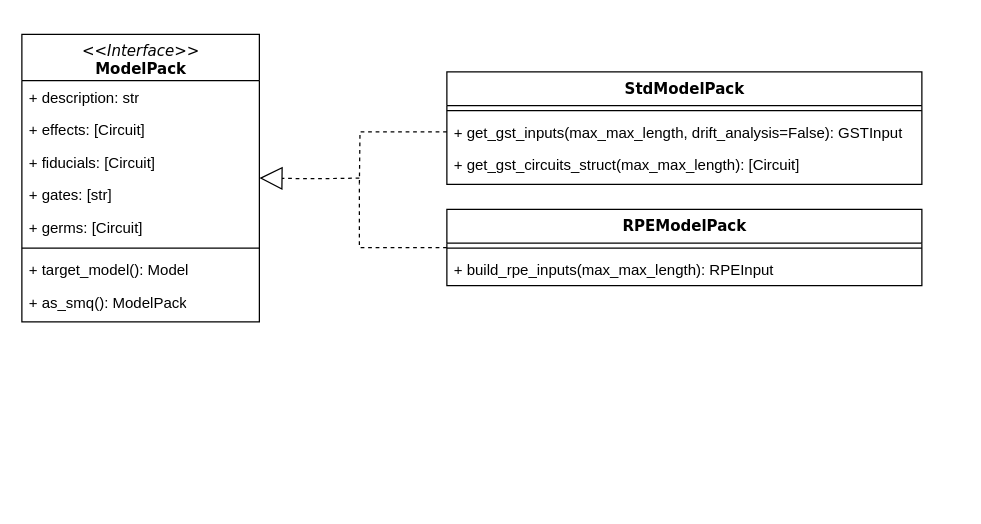
Earlier version of the draw.io diagram StdModules.drawio (robpkelly/pygsti-dev-doc). Source tidied: cells renumbered, new cells numbered last; positions are measured from the earlier drawing's top-left corner, leaving out a move shared by most shapes. Both pictures are drawn from the tidied source at 125%, with x=0, y=0 at pixel (21, 34).
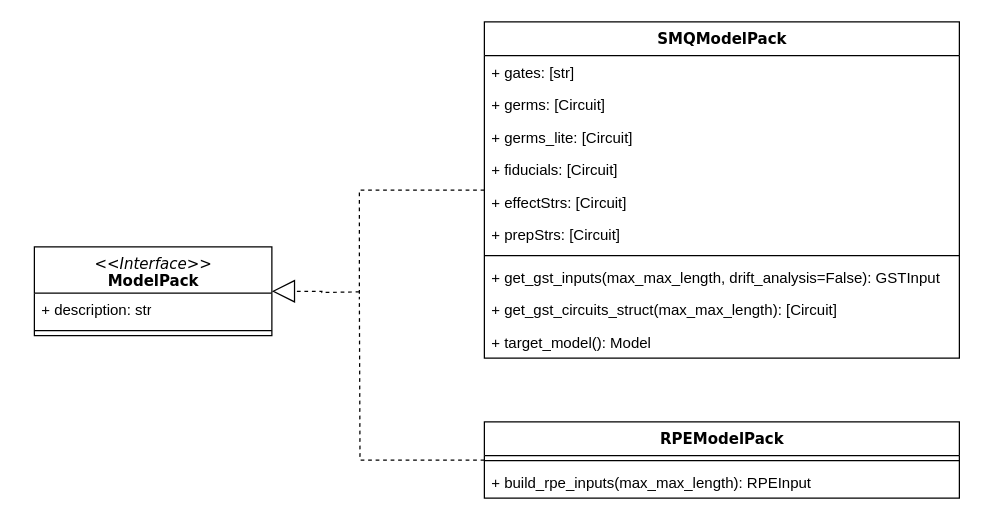
After the change.

Change to the diagram source:
```diff
@@
     <mxCell id="2" value="&lt;span style=&quot;font-weight: normal&quot;&gt;&lt;i&gt;&amp;lt;&amp;lt;Interface&amp;gt;&amp;gt;&lt;/i&gt;&lt;/span&gt;&lt;br&gt;ModelPack" style="swimlane;html=1;fontStyle=1;align=center;verticalAlign=top;horizontal=1;startSize=37;swimlaneFillColor=#ffffff;rounded=0;shadow=0;comic=0;labelBackgroundColor=none;strokeWidth=1;fillColor=none;fontFamily=Verdana;fontSize=12;" parent="1" vertex="1">
-      <mxGeometry width="190" height="230" as="geometry" />
+      <mxGeometry x="10" y="170" width="190" height="71" as="geometry" />
     </mxCell>
@@
-    <mxCell id="4" value="+ effects: [Circuit]" style="text;html=1;strokeColor=none;fillColor=none;align=left;verticalAlign=top;spacingLeft=4;spacingRight=4;whiteSpace=wrap;overflow=hidden;" parent="2" vertex="1">
-      <mxGeometry y="63" width="190" height="26" as="geometry" />
-    </mxCell>
-    <mxCell id="5" value="+ fiducials: [Circuit]" style="text;html=1;strokeColor=none;fillColor=none;align=left;verticalAlign=top;spacingLeft=4;spacingRight=4;whiteSpace=wrap;overflow=hidden;" parent="2" vertex="1">
-      <mxGeometry y="89" width="190" height="26" as="geometry" />
-    </mxCell>
+    <mxCell id="8" style="line;html=1;strokeWidth=1;fillColor=none;align=left;verticalAlign=middle;spacingTop=-1;spacingLeft=3;spacingRight=3;labelPosition=right;" parent="2" vertex="1">
+      <mxGeometry y="63" width="190" height="8" as="geometry" />
+    </mxCell>
+    <mxCell id="11" value="SMQModelPack" style="swimlane;html=1;fontStyle=1;align=center;verticalAlign=top;horizontal=1;startSize=27;swimlaneFillColor=#ffffff;rounded=0;shadow=0;comic=0;labelBackgroundColor=none;strokeWidth=1;fillColor=none;fontFamily=Verdana;fontSize=12;" parent="1" vertex="1">
+      <mxGeometry x="370" y="-10" width="380" height="269" as="geometry" />
+    </mxCell>
-    <mxCell id="6" value="+ gates: [str]" style="text;html=1;strokeColor=none;fillColor=none;align=left;verticalAlign=top;spacingLeft=4;spacingRight=4;whiteSpace=wrap;overflow=hidden;" parent="2" vertex="1">
-      <mxGeometry y="115" width="190" height="26" as="geometry" />
+    <mxCell id="6" value="+ gates: [str]" style="text;html=1;strokeColor=none;fillColor=none;align=left;verticalAlign=top;spacingLeft=4;spacingRight=4;whiteSpace=wrap;overflow=hidden;" parent="11" vertex="1">
+      <mxGeometry y="27" width="380" height="26" as="geometry" />
     </mxCell>
-    <mxCell id="7" value="+ germs: [Circuit]" style="text;html=1;strokeColor=none;fillColor=none;align=left;verticalAlign=top;spacingLeft=4;spacingRight=4;whiteSpace=wrap;overflow=hidden;" parent="2" vertex="1">
-      <mxGeometry y="141" width="190" height="26" as="geometry" />
+    <mxCell id="7" value="+ germs: [Circuit]" style="text;html=1;strokeColor=none;fillColor=none;align=left;verticalAlign=top;spacingLeft=4;spacingRight=4;whiteSpace=wrap;overflow=hidden;" parent="11" vertex="1">
+      <mxGeometry y="53" width="380" height="26" as="geometry" />
     </mxCell>
-    <mxCell id="8" style="line;html=1;strokeWidth=1;fillColor=none;align=left;verticalAlign=middle;spacingTop=-1;spacingLeft=3;spacingRight=3;labelPosition=right;" parent="2" vertex="1">
-      <mxGeometry y="167" width="190" height="8" as="geometry" />
-    </mxCell>
-    <mxCell id="9" value="+ target_model(): Model" style="text;html=1;strokeColor=none;fillColor=none;align=left;verticalAlign=top;spacingLeft=4;spacingRight=4;whiteSpace=wrap;overflow=hidden;" parent="2" vertex="1">
-      <mxGeometry y="175" width="190" height="26" as="geometry" />
-    </mxCell>
-    <mxCell id="10" value="+ as_smq(): ModelPack" style="text;html=1;strokeColor=none;fillColor=none;align=left;verticalAlign=top;spacingLeft=4;spacingRight=4;whiteSpace=wrap;overflow=hidden;" parent="2" vertex="1">
-      <mxGeometry y="201" width="190" height="26" as="geometry" />
-    </mxCell>
-    <mxCell id="11" value="StdModelPack" style="swimlane;html=1;fontStyle=1;align=center;verticalAlign=top;horizontal=1;startSize=27;swimlaneFillColor=#ffffff;rounded=0;shadow=0;comic=0;labelBackgroundColor=none;strokeWidth=1;fillColor=none;fontFamily=Verdana;fontSize=12;" parent="1" vertex="1">
-      <mxGeometry x="340" y="30" width="380" height="90" as="geometry" />
-    </mxCell>
+    <mxCell id="21" value="+ germs_lite: [Circuit]" style="text;html=1;strokeColor=none;fillColor=none;align=left;verticalAlign=top;spacingLeft=4;spacingRight=4;whiteSpace=wrap;overflow=hidden;" parent="11" vertex="1">
+      <mxGeometry y="79" width="380" height="26" as="geometry" />
+    </mxCell>
+    <mxCell id="5" value="+ fiducials: [Circuit]" style="text;html=1;strokeColor=none;fillColor=none;align=left;verticalAlign=top;spacingLeft=4;spacingRight=4;whiteSpace=wrap;overflow=hidden;" parent="11" vertex="1">
+      <mxGeometry y="105" width="380" height="26" as="geometry" />
+    </mxCell>
+    <mxCell id="4" value="+ effectStrs: [Circuit]" style="text;html=1;strokeColor=none;fillColor=none;align=left;verticalAlign=top;spacingLeft=4;spacingRight=4;whiteSpace=wrap;overflow=hidden;" parent="11" vertex="1">
+      <mxGeometry y="131" width="380" height="26" as="geometry" />
+    </mxCell>
+    <mxCell id="22" value="+ prepStrs: [Circuit]" style="text;html=1;strokeColor=none;fillColor=none;align=left;verticalAlign=top;spacingLeft=4;spacingRight=4;whiteSpace=wrap;overflow=hidden;" parent="11" vertex="1">
+      <mxGeometry y="157" width="380" height="26" as="geometry" />
+    </mxCell>
     <mxCell id="12" style="line;html=1;strokeWidth=1;fillColor=none;align=left;verticalAlign=middle;spacingTop=-1;spacingLeft=3;spacingRight=3;labelPosition=right;" parent="11" vertex="1">
-      <mxGeometry y="27" width="380" height="8" as="geometry" />
+      <mxGeometry y="183" width="380" height="8" as="geometry" />
     </mxCell>
     <mxCell id="13" value="+ get_gst_inputs(max_max_length, drift_analysis=False): GSTInput" style="text;html=1;strokeColor=none;fillColor=none;align=left;verticalAlign=top;spacingLeft=4;spacingRight=4;whiteSpace=wrap;overflow=hidden;points=[[0,0.5],[1,0.5]];portConstraint=eastwest;" parent="11" vertex="1">
-      <mxGeometry y="35" width="380" height="26" as="geometry" />
+      <mxGeometry y="191" width="380" height="26" as="geometry" />
     </mxCell>
     <mxCell id="14" value="+ get_gst_circuits_struct(max_max_length): [Circuit]" style="text;html=1;strokeColor=none;fillColor=none;align=left;verticalAlign=top;spacingLeft=4;spacingRight=4;whiteSpace=wrap;overflow=hidden;" parent="11" vertex="1">
-      <mxGeometry y="61" width="380" height="26" as="geometry" />
+      <mxGeometry y="217" width="380" height="26" as="geometry" />
     </mxCell>
+    <mxCell id="9" value="+ target_model(): Model" style="text;html=1;strokeColor=none;fillColor=none;align=left;verticalAlign=top;spacingLeft=4;spacingRight=4;whiteSpace=wrap;overflow=hidden;" parent="11" vertex="1">
+      <mxGeometry y="243" width="380" height="26" as="geometry" />
+    </mxCell>
-    <mxCell id="15" style="edgeStyle=orthogonalEdgeStyle;rounded=0;jettySize=auto;html=1;dashed=1;startSize=16;endArrow=none;endFill=0;endSize=16;" parent="1" edge="1" source="16">
+    <mxCell id="15" style="edgeStyle=orthogonalEdgeStyle;rounded=0;jettySize=auto;html=1;dashed=1;startSize=16;endArrow=none;endFill=0;endSize=16;exitX=0;exitY=0.5;exitDx=0;exitDy=0;" parent="1" edge="1" source="16">
       <mxGeometry relative="1" as="geometry">
-        <mxPoint x="270" y="120" as="targetPoint" />
-        <Array as="points">
-          <mxPoint x="270" y="171" />
-        </Array>
+        <mxPoint x="270" y="210" as="targetPoint" />
       </mxGeometry>
     </mxCell>
     <mxCell id="16" value="RPEModelPack" style="swimlane;html=1;fontStyle=1;align=center;verticalAlign=top;horizontal=1;startSize=27;swimlaneFillColor=#ffffff;rounded=0;shadow=0;comic=0;labelBackgroundColor=none;strokeWidth=1;fillColor=none;fontFamily=Verdana;fontSize=12;" parent="1" vertex="1">
-      <mxGeometry x="340" y="140" width="380" height="61" as="geometry" />
+      <mxGeometry x="370" y="310" width="380" height="61" as="geometry" />
     </mxCell>
@@
     <mxCell id="19" style="edgeStyle=orthogonalEdgeStyle;rounded=0;jettySize=auto;html=1;dashed=1;startSize=16;endArrow=block;endFill=0;endSize=16;" parent="1" edge="1" target="2">
       <mxGeometry relative="1" as="geometry">
-        <mxPoint x="270" y="115" as="sourcePoint" />
+        <mxPoint x="270" y="206" as="sourcePoint" />
       </mxGeometry>
     </mxCell>
-    <mxCell id="20" style="edgeStyle=orthogonalEdgeStyle;rounded=0;jettySize=auto;html=1;dashed=1;startSize=16;endArrow=none;endFill=0;endSize=16;" parent="1" edge="1" source="13">
+    <mxCell id="20" style="edgeStyle=orthogonalEdgeStyle;rounded=0;jettySize=auto;html=1;dashed=1;startSize=16;endArrow=none;endFill=0;endSize=16;" parent="1" edge="1" source="11">
       <mxGeometry relative="1" as="geometry">
-        <mxPoint x="270" y="120" as="targetPoint" />
+        <mxPoint x="270" y="210" as="targetPoint" />
+        <Array as="points">
+          <mxPoint x="270" y="125" />
+        </Array>
       </mxGeometry>
     </mxCell>
```
